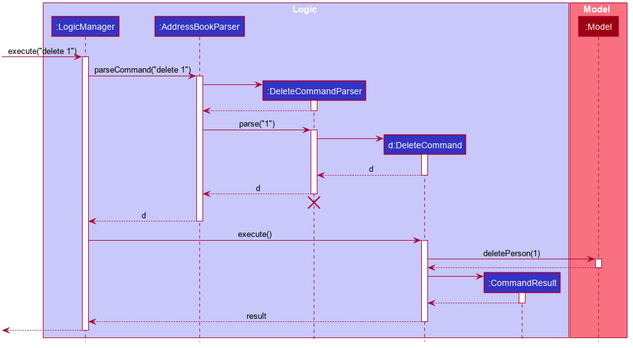
The PlantUML diagram docs/images/DeleteSequenceDiagram.png in nus-cs2103-AY1920S1/addressbook-level3, before a commit.
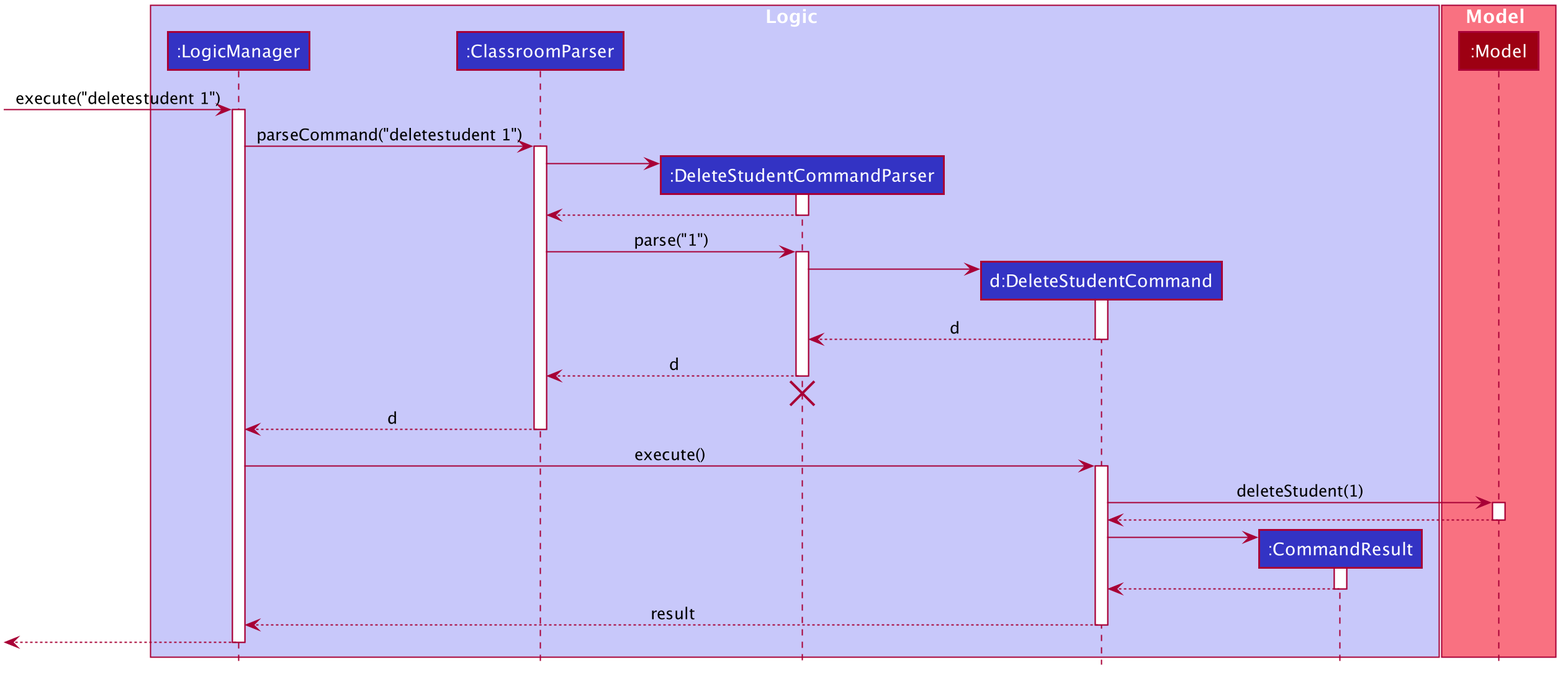
Above is the later version.

What changed in the source:
```diff
@@ -50,9 +50,9 @@
 
 box Logic #C8C8FA
 participant ":LogicManager" as LogicManager #3333C4
-participant ":AddressBookParser" as AddressBookParser #3333C4
-participant ":DeleteCommandParser" as DeleteCommandParser #3333C4
-participant "d:DeleteCommand" as DeleteCommand #3333C4
+participant ":ClassroomParser" as ClassroomParser #3333C4
+participant ":DeleteStudentCommandParser" as DeleteStudentCommandParser #3333C4
+participant "d:DeleteStudentCommand" as DeleteStudentCommand #3333C4
 participant ":CommandResult" as CommandResult #3333C4
 end box
 
@@ -60,55 +60,55 @@
 participant ":Model" as Model #9D0012
 end box
 
-[-> LogicManager : execute("delete 1")
+[-> LogicManager : execute("deletestudent 1")
 activate LogicManager
 
-LogicManager -> AddressBookParser : parseCommand("delete 1")
-activate AddressBookParser
+LogicManager -> ClassroomParser : parseCommand("deletestudent 1")
+activate ClassroomParser
 
-create DeleteCommandParser
-AddressBookParser -> DeleteCommandParser
-activate DeleteCommandParser
+create DeleteStudentCommandParser
+ClassroomParser -> DeleteStudentCommandParser
+activate DeleteStudentCommandParser
 
-DeleteCommandParser --> AddressBookParser
-deactivate DeleteCommandParser
+DeleteStudentCommandParser --> ClassroomParser
+deactivate DeleteStudentCommandParser
 
-AddressBookParser -> DeleteCommandParser : parse("1")
-activate DeleteCommandParser
+ClassroomParser -> DeleteStudentCommandParser : parse("1")
+activate DeleteStudentCommandParser
 
-create DeleteCommand
-DeleteCommandParser -> DeleteCommand
-activate DeleteCommand
+create DeleteStudentCommand
+DeleteStudentCommandParser -> DeleteStudentCommand
+activate DeleteStudentCommand
 
-DeleteCommand --> DeleteCommandParser : d
-deactivate DeleteCommand
+DeleteStudentCommand --> DeleteStudentCommandParser : d
+deactivate DeleteStudentCommand
 
-DeleteCommandParser --> AddressBookParser : d
-deactivate DeleteCommandParser
-DeleteCommandParser -[hidden]-> AddressBookParser
-destroy DeleteCommandParser
+DeleteStudentCommandParser --> ClassroomParser : d
+deactivate DeleteStudentCommandParser
+DeleteStudentCommandParser -[hidden]-> ClassroomParser
+destroy DeleteStudentCommandParser
 
-AddressBookParser --> LogicManager : d
-deactivate AddressBookParser
+ClassroomParser --> LogicManager : d
+deactivate ClassroomParser
 
-LogicManager -> DeleteCommand : execute()
-activate DeleteCommand
+LogicManager -> DeleteStudentCommand : execute()
+activate DeleteStudentCommand
 
-DeleteCommand -> Model : deletePerson(1)
+DeleteStudentCommand -> Model : deleteStudent(1)
 activate Model
 
-Model --> DeleteCommand
+Model --> DeleteStudentCommand
 deactivate Model
 
 create CommandResult
-DeleteCommand -> CommandResult
+DeleteStudentCommand -> CommandResult
 activate CommandResult
 
-CommandResult --> DeleteCommand
+CommandResult --> DeleteStudentCommand
 deactivate CommandResult
 
-DeleteCommand --> LogicManager : result
-deactivate DeleteCommand
+DeleteStudentCommand --> LogicManager : result
+deactivate DeleteStudentCommand
 
 [<--LogicManager
 deactivate LogicManager
```
